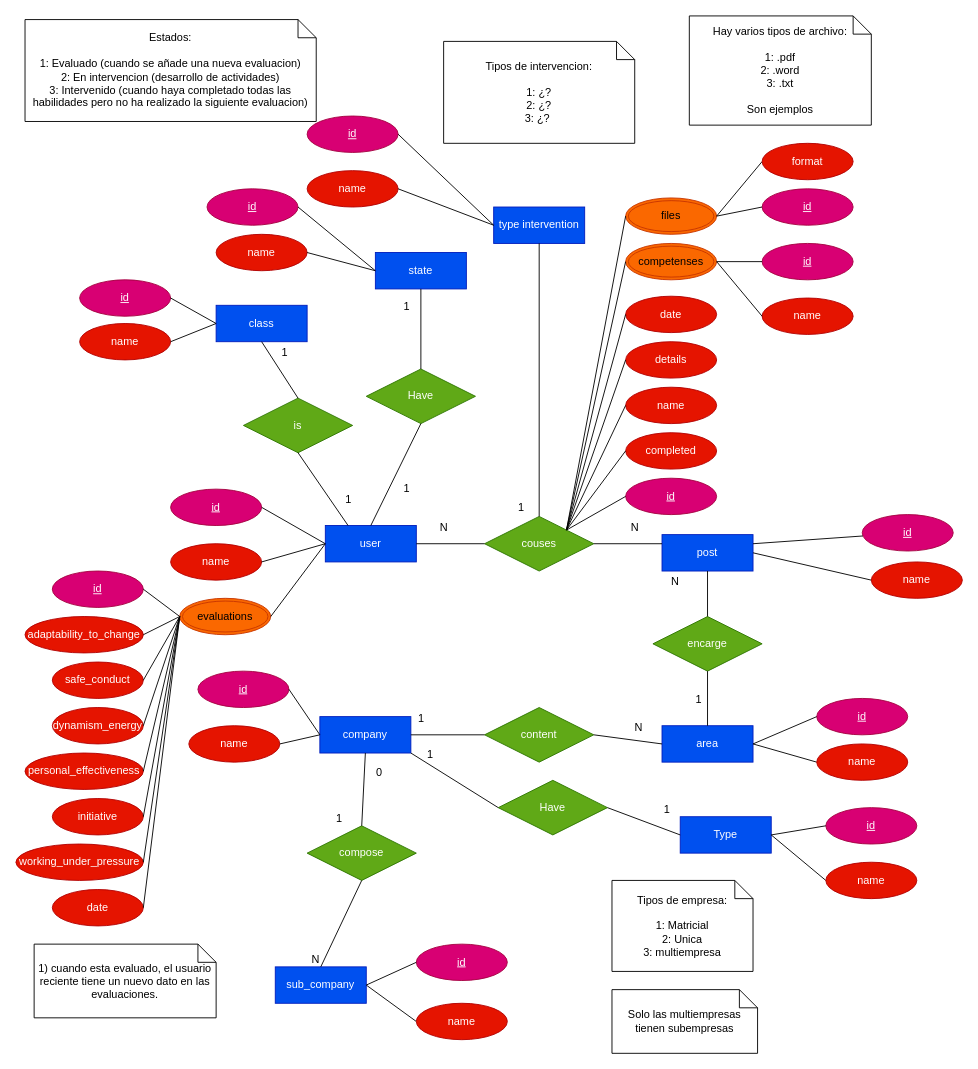
This is theory/Base de datos.drawio from LosTraicionados/LosTraicionados-Backend, a draw.io file, before an edit. Source tidied: cells renumbered, new cells numbered last; positions are measured from the earlier drawing's top-left corner, leaving out a move shared by most shapes. Both pictures are drawn from the tidied source at 91%, with x=0, y=0 at pixel (15, 15).
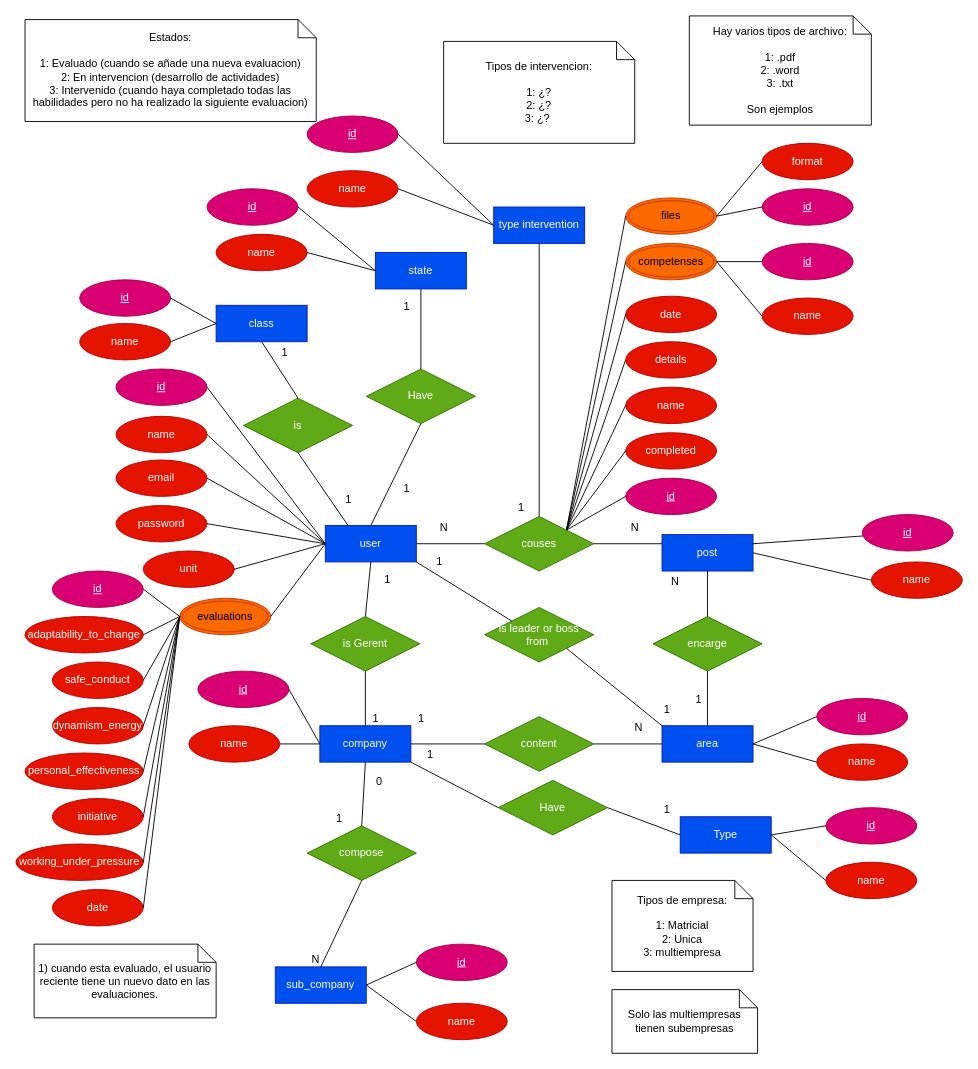
After the change.

The change refers to these unchanged cells:
```xml
<mxCell id="2" value="user" style="whiteSpace=wrap;html=1;align=center;fillColor=#0050ef;fontColor=#ffffff;strokeColor=#001DBC;" parent="1" vertex="1">
  <mxGeometry x="340" y="560" width="100" height="40" as="geometry" />
</mxCell>
<mxCell id="10" value="area" style="whiteSpace=wrap;html=1;align=center;fillColor=#0050ef;fontColor=#ffffff;strokeColor=#001DBC;" parent="1" vertex="1">
  <mxGeometry x="710" y="780" width="100" height="40" as="geometry" />
</mxCell>
```

Change to the diagram source:
```diff
@@
     <mxCell id="3" value="id" style="ellipse;whiteSpace=wrap;html=1;align=center;fontStyle=4;fillColor=#d80073;fontColor=#ffffff;strokeColor=#A50040;" parent="1" vertex="1">
-      <mxGeometry x="170" y="520" width="100" height="40" as="geometry" />
+      <mxGeometry x="110" y="388" width="100" height="40" as="geometry" />
     </mxCell>
     <mxCell id="4" value="name" style="ellipse;whiteSpace=wrap;html=1;align=center;fillColor=#e51400;fontColor=#ffffff;strokeColor=#B20000;fontStyle=0;" parent="1" vertex="1">
-      <mxGeometry x="170" y="580" width="100" height="40" as="geometry" />
+      <mxGeometry x="110" y="440" width="100" height="40" as="geometry" />
     </mxCell>
@@
     <mxCell id="7" value="company" style="whiteSpace=wrap;html=1;align=center;fillColor=#0050ef;fontColor=#ffffff;strokeColor=#001DBC;" parent="1" vertex="1">
-      <mxGeometry x="334" y="770" width="100" height="40" as="geometry" />
+      <mxGeometry x="334" y="780" width="100" height="40" as="geometry" />
     </mxCell>
@@
     <mxCell id="59" value="content" style="shape=rhombus;perimeter=rhombusPerimeter;whiteSpace=wrap;html=1;align=center;fillColor=#60a917;fontColor=#ffffff;strokeColor=#2D7600;" parent="1" vertex="1">
-      <mxGeometry x="515" y="760" width="120" height="60" as="geometry" />
+      <mxGeometry x="515" y="770" width="120" height="60" as="geometry" />
     </mxCell>
@@
+    <mxCell id="131" value="email" style="ellipse;whiteSpace=wrap;html=1;align=center;fillColor=#e51400;fontColor=#ffffff;strokeColor=#B20000;fontStyle=0;" parent="1" vertex="1">
+      <mxGeometry x="110" y="488" width="100" height="40" as="geometry" />
+    </mxCell>
+    <mxCell id="132" value="password" style="ellipse;whiteSpace=wrap;html=1;align=center;fillColor=#e51400;fontColor=#ffffff;strokeColor=#B20000;fontStyle=0;" parent="1" vertex="1">
+      <mxGeometry x="110" y="538" width="100" height="40" as="geometry" />
+    </mxCell>
+    <mxCell id="133" style="endArrow=none;html=1;rounded=0;exitX=1;exitY=0.5;exitDx=0;exitDy=0;entryX=0;entryY=0.5;entryDx=0;entryDy=0;" parent="1" edge="1" source="131" target="2">
+      <mxGeometry relative="1" as="geometry" />
+    </mxCell>
+    <mxCell id="134" style="endArrow=none;html=1;rounded=0;exitX=1;exitY=0.5;exitDx=0;exitDy=0;entryX=0;entryY=0.5;entryDx=0;entryDy=0;" parent="1" edge="1" source="132" target="2">
+      <mxGeometry relative="1" as="geometry" />
+    </mxCell>
+    <mxCell id="135" value="unit" style="ellipse;whiteSpace=wrap;html=1;align=center;fillColor=#e51400;fontColor=#ffffff;strokeColor=#B20000;fontStyle=0;" parent="1" vertex="1">
+      <mxGeometry x="140" y="588" width="100" height="40" as="geometry" />
+    </mxCell>
+    <mxCell id="136" style="endArrow=none;html=1;rounded=0;exitX=1;exitY=0.5;exitDx=0;exitDy=0;entryX=0;entryY=0.5;entryDx=0;entryDy=0;" parent="1" edge="1" source="135" target="2">
+      <mxGeometry relative="1" as="geometry" />
+    </mxCell>
+    <mxCell id="137" value="is Gerent" style="shape=rhombus;perimeter=rhombusPerimeter;whiteSpace=wrap;html=1;align=center;fillColor=#60a917;fontColor=#ffffff;strokeColor=#2D7600;" parent="1" vertex="1">
+      <mxGeometry x="324" y="660" width="120" height="60" as="geometry" />
+    </mxCell>
+    <mxCell id="138" style="endArrow=none;html=1;rounded=0;entryX=0.5;entryY=1;entryDx=0;entryDy=0;exitX=0.5;exitY=0;exitDx=0;exitDy=0;" parent="1" edge="1" source="137" target="2">
+      <mxGeometry relative="1" as="geometry" />
+    </mxCell>
+    <mxCell id="139" style="endArrow=none;html=1;rounded=0;entryX=0.5;entryY=1;entryDx=0;entryDy=0;exitX=0.5;exitY=0;exitDx=0;exitDy=0;" parent="1" edge="1" source="7" target="137">
+      <mxGeometry relative="1" as="geometry" />
+    </mxCell>
+    <mxCell id="140" value="1" style="html=1;whiteSpace=wrap;align=right;verticalAlign=bottom;" parent="1" vertex="1">
+      <mxGeometry x="444" y="538" as="geometry">
+        <mxPoint x="-31" y="90" as="offset" />
+      </mxGeometry>
+    </mxCell>
+    <mxCell id="141" value="1" style="html=1;whiteSpace=wrap;align=right;verticalAlign=bottom;" parent="1" vertex="1">
+      <mxGeometry x="400" y="780" as="geometry" />
+    </mxCell>
+    <mxCell id="142" value="is leader or boss&lt;div&gt;from&amp;nbsp;&lt;/div&gt;" style="shape=rhombus;perimeter=rhombusPerimeter;whiteSpace=wrap;html=1;align=center;fillColor=#60a917;fontColor=#ffffff;strokeColor=#2D7600;" parent="1" vertex="1">
+      <mxGeometry x="515" y="650" width="120" height="60" as="geometry" />
+    </mxCell>
+    <mxCell id="143" style="endArrow=none;html=1;rounded=0;entryX=1;entryY=1;entryDx=0;entryDy=0;exitX=0;exitY=0;exitDx=0;exitDy=0;" parent="1" edge="1" source="142" target="2">
+      <mxGeometry relative="1" as="geometry" />
+    </mxCell>
+    <mxCell id="144" value="1" style="html=1;whiteSpace=wrap;align=right;verticalAlign=bottom;" parent="1" vertex="1">
+      <mxGeometry x="470" y="608" as="geometry" />
+    </mxCell>
+    <mxCell id="145" value="1" style="html=1;whiteSpace=wrap;align=right;verticalAlign=bottom;" parent="1" vertex="1">
+      <mxGeometry x="720" y="770" as="geometry" />
+    </mxCell>
+    <mxCell id="146" style="endArrow=none;html=1;rounded=0;entryX=0;entryY=0;entryDx=0;entryDy=0;exitX=1;exitY=1;exitDx=0;exitDy=0;" parent="1" edge="1" source="142" target="10">
+      <mxGeometry relative="1" as="geometry" />
+    </mxCell>
```
